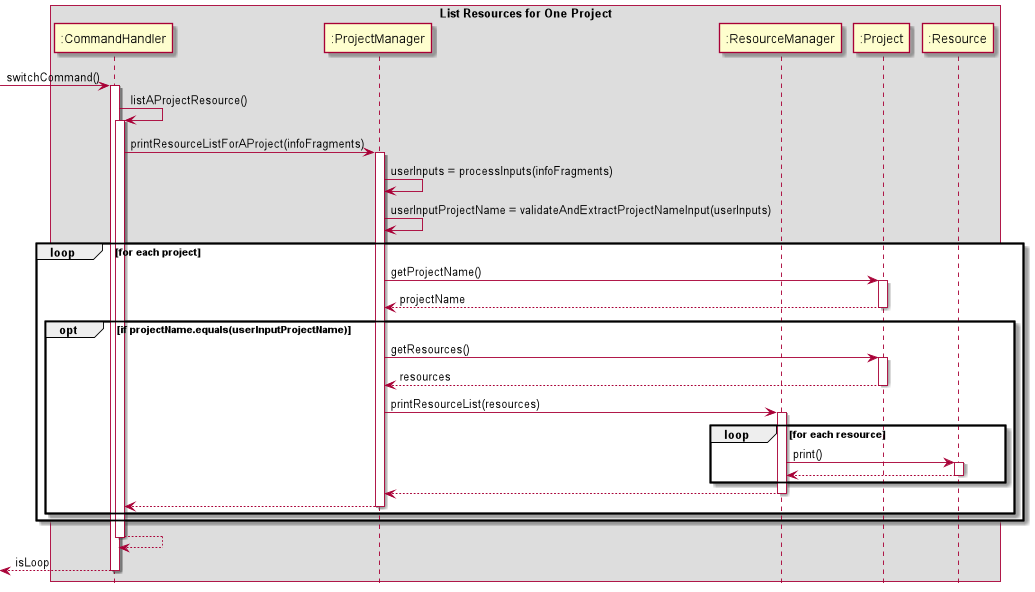
This is docs/puml_img/ListAProjectResources.png from s-t-e-f/tp, a PlantUML export, as it was before one commit. Its diagram source:
```plantuml
@startuml
hide footbox
box List Resources for One Project
participant ":CommandHandler" as CH
participant ":ProjectManager" as PM
participant ":ResourceManager" as RM
participant ":Project" as P
participant ":Resource" as R


[-> CH: switchCommand()
activate CH

CH -> CH: listAProjectResource()
activate CH

CH -> PM: printResourceListForAProject(infoFragments)
activate PM

PM -> PM: userInputs = processInputs(infoFragments)
PM -> PM: userInputProjectName = validateAndExtractProjectNameInput(userInputs)

loop for each project
    PM -> P: getProjectName()
    activate P
    return projectName
    opt if projectName.equals(userInputProjectName)
        PM -> P: getResources()
        activate P
        return resources
        PM -> RM: printResourceList(resources)
        activate RM
        loop for each resource
            RM -> R: print()
            activate R
            return
        end

        return
        return
        end
        end
        return
return isLoop

@enduml
```
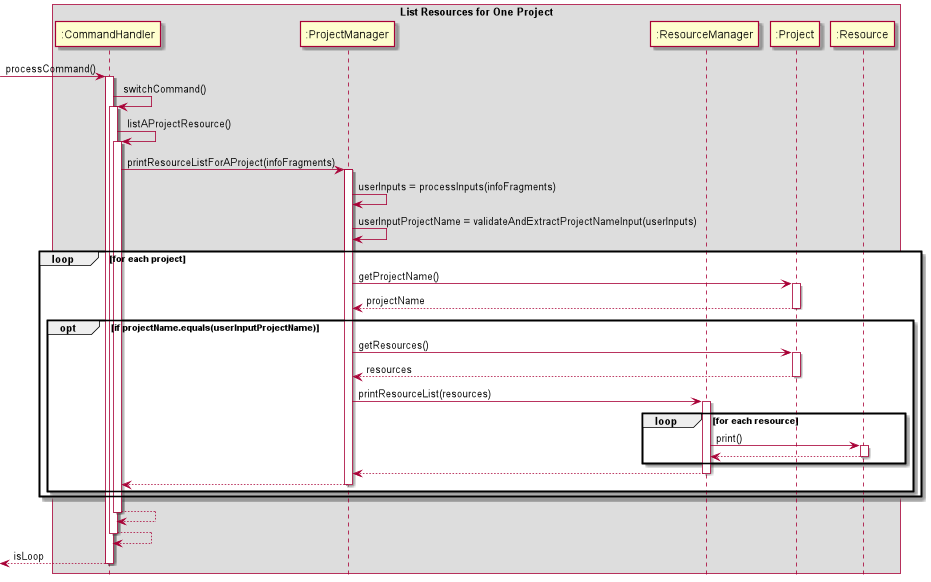
Later version of the same file.

Commit message:
Update sequence diagrams.

What changed in the source:
```diff
@@ -8,7 +8,10 @@
 participant ":Resource" as R
 
 
-[-> CH: switchCommand()
+[-> CH: processCommand()
+activate CH
+
+CH -> CH: switchCommand()
 activate CH
 
 CH -> CH: listAProjectResource()
@@ -41,6 +44,7 @@
         end
         end
         return
+        return
 return isLoop
 
 @enduml
```
